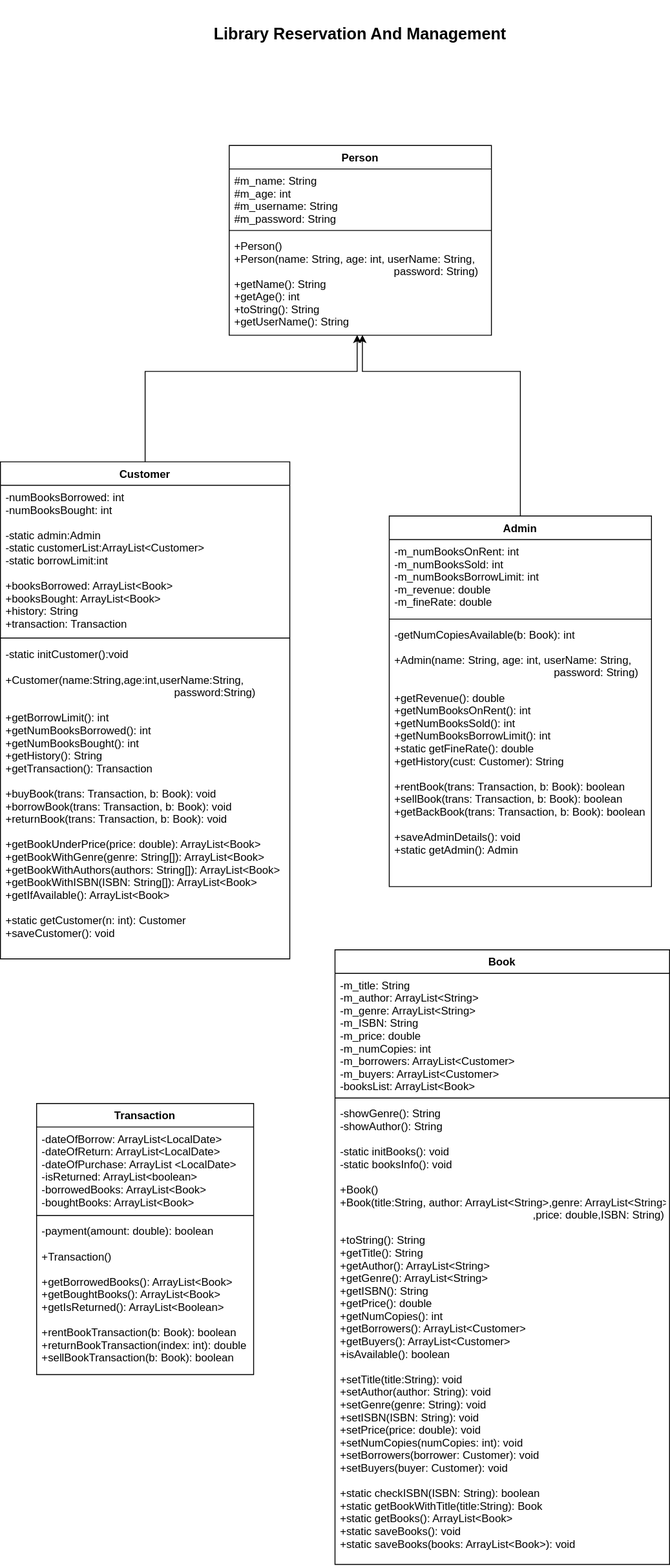
This is Library/control-flows/Library.svg from adarsh-kishore786/IT-Project, a draw.io export, as it was before one commit. Source tidied: cells renumbered, new cells last; positions are measured from the earlier drawing's top-left corner, leaving out a move shared by most shapes.
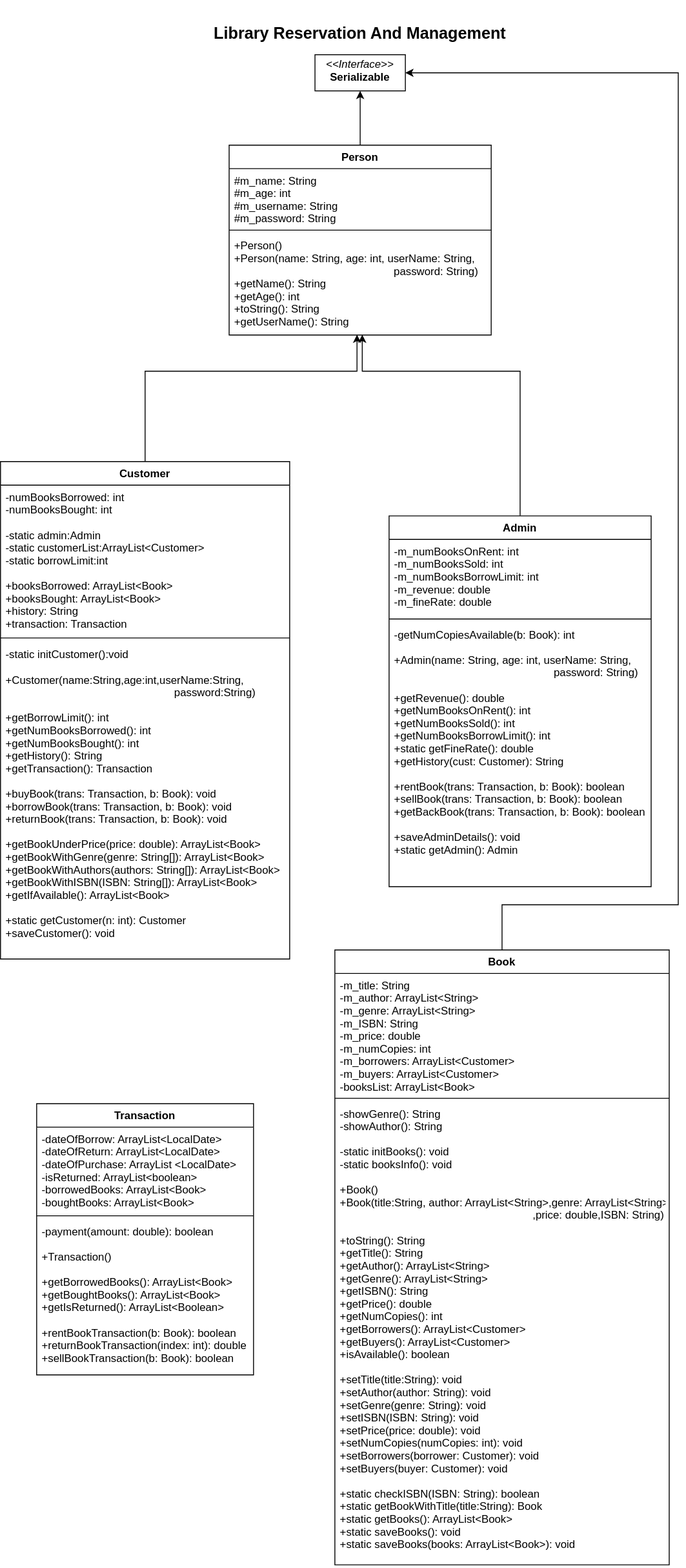
Later version of the same file.

The edit, as a diff of the source:
```diff
@@ -2,6 +2,9 @@
   <root>
     <mxCell id="0" />
     <mxCell id="1" parent="0" />
+    <mxCell id="25" style="edgeStyle=orthogonalEdgeStyle;rounded=0;jettySize=auto;html=1;exitX=0.5;exitY=0;exitDx=0;exitDy=0;entryX=0.5;entryY=1;entryDx=0;entryDy=0;" parent="1" edge="1" source="2" target="27">
+      <mxGeometry relative="1" as="geometry" />
+    </mxCell>
     <mxCell id="2" value="Person" style="swimlane;fontStyle=1;align=center;verticalAlign=top;horizontal=1;startSize=26;" parent="1" vertex="1">
       <mxGeometry x="253" y="160" width="290" height="210" as="geometry" />
     </mxCell>
@@ -54,6 +57,15 @@
     <mxCell id="15" value="-getNumCopiesAvailable(b: Book): int&#10;&#10;+Admin(name: String, age: int, userName: String,&#10;                                                     password: String)&#10;&#10;+getRevenue(): double&#10;+getNumBooksOnRent(): int&#10;+getNumBooksSold(): int&#10;+getNumBooksBorrowLimit(): int&#10;+static getFineRate(): double&#10;+getHistory(cust: Customer): String&#10;&#10;+rentBook(trans: Transaction, b: Book): boolean&#10;+sellBook(trans: Transaction, b: Book): boolean&#10;+getBackBook(trans: Transaction, b: Book): boolean&#10;&#10;+saveAdminDetails(): void&#10;+static getAdmin(): Admin" style="text;strokeColor=none;fillColor=none;align=left;verticalAlign=top;spacingLeft=4;spacingRight=4;overflow=hidden;" parent="12" vertex="1">
       <mxGeometry y="118" width="290" height="292" as="geometry" />
     </mxCell>
+    <mxCell id="26" style="edgeStyle=orthogonalEdgeStyle;rounded=0;jettySize=auto;html=1;exitX=0.5;exitY=0;exitDx=0;exitDy=0;entryX=1;entryY=0.5;entryDx=0;entryDy=0;" parent="1" edge="1" source="16" target="27">
+      <mxGeometry relative="1" as="geometry">
+        <Array as="points">
+          <mxPoint x="555" y="1000" />
+          <mxPoint x="750" y="1000" />
+          <mxPoint x="750" y="80" />
+        </Array>
+      </mxGeometry>
+    </mxCell>
     <mxCell id="16" value="Book" style="swimlane;fontStyle=1;align=center;verticalAlign=top;horizontal=1;startSize=26;" parent="1" vertex="1">
       <mxGeometry x="370" y="1050" width="370" height="680" as="geometry" />
     </mxCell>
@@ -81,5 +93,8 @@
     <mxCell id="24" value="Library Reservation And Management" style="text;align=center;fontStyle=1;verticalAlign=middle;spacingLeft=3;spacingRight=3;strokeColor=none;fontSize=18;labelBackgroundColor=none;labelBorderColor=none;" parent="1" vertex="1">
       <mxGeometry x="190.5" width="415" height="70" as="geometry" />
     </mxCell>
+    <mxCell id="27" value="&lt;p style=&quot;margin: 0px ; margin-top: 4px ; text-align: center&quot;&gt;&lt;i&gt;&amp;lt;&amp;lt;Interface&amp;gt;&amp;gt;&lt;/i&gt;&lt;br&gt;&lt;b&gt;Serializable&lt;/b&gt;&lt;/p&gt;" style="verticalAlign=top;align=left;overflow=fill;fontSize=12;fontFamily=Helvetica;html=1;" parent="1" vertex="1">
+      <mxGeometry x="348" y="60" width="100" height="40" as="geometry" />
+    </mxCell>
   </root>
 </mxGraphModel>
```
